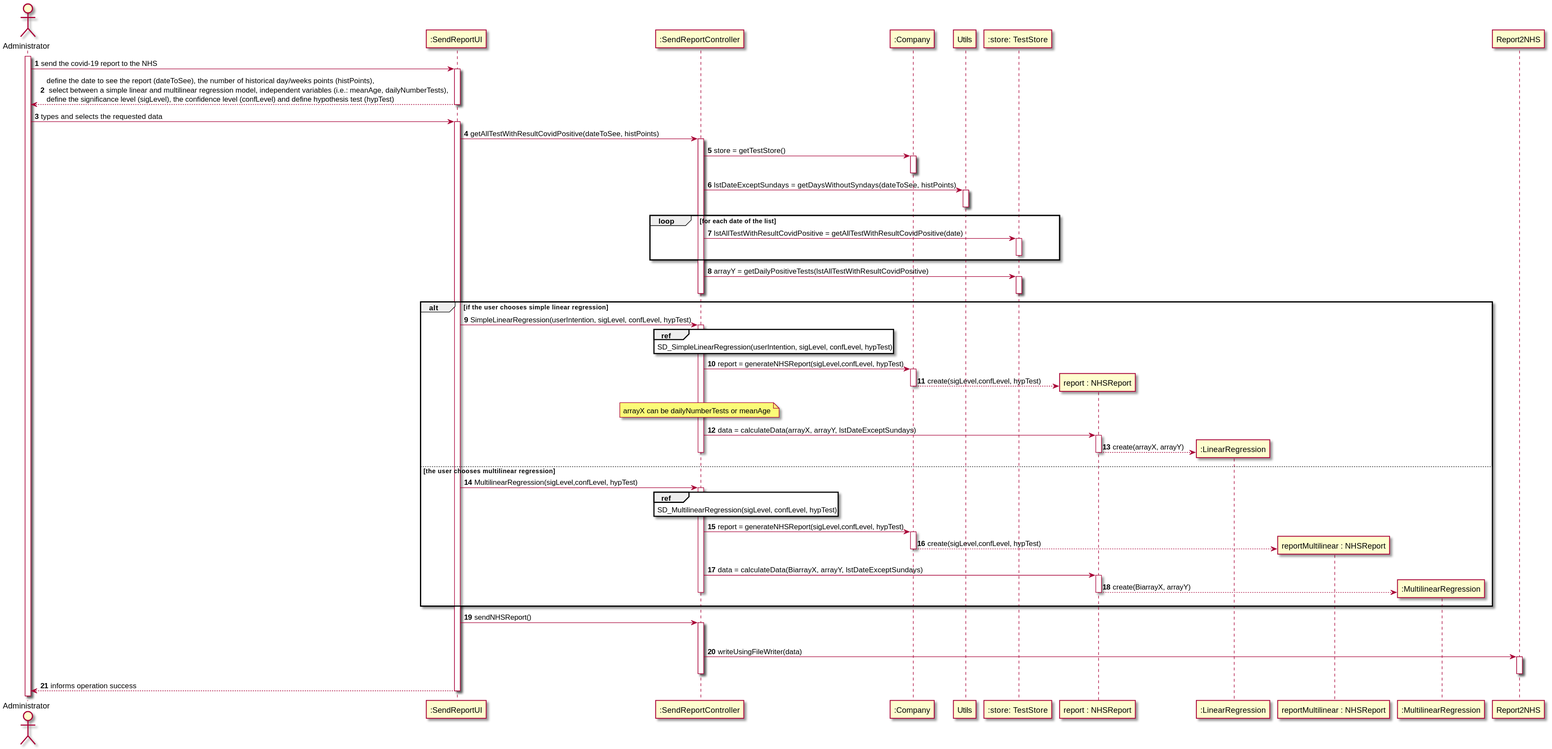
0franciscor/lei-21-s2-1de-g19 keeps this PlantUML diagram as docs/SprintD/US18/US18-SD.svg. Above is the earlier version.
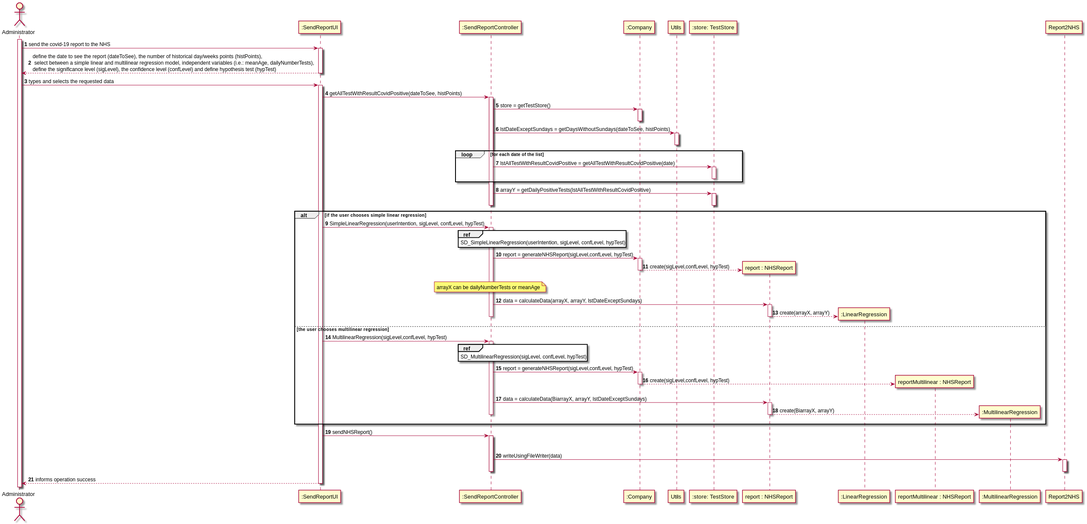
Later version of the same file.

The edit, as a diff of the source:
```diff
@@ -20,7 +20,7 @@
 activate ":Company"
 deactivate ":Company"
 
-":SendReportController" -> "Utils" : lstDateExceptSundays = getDaysWithoutSyndays(dateToSee, histPoints)
+":SendReportController" -> "Utils" : lstDateExceptSundays = getDaysWithoutSundays(dateToSee, histPoints)
 activate "Utils"
 deactivate "Utils"
 
```
